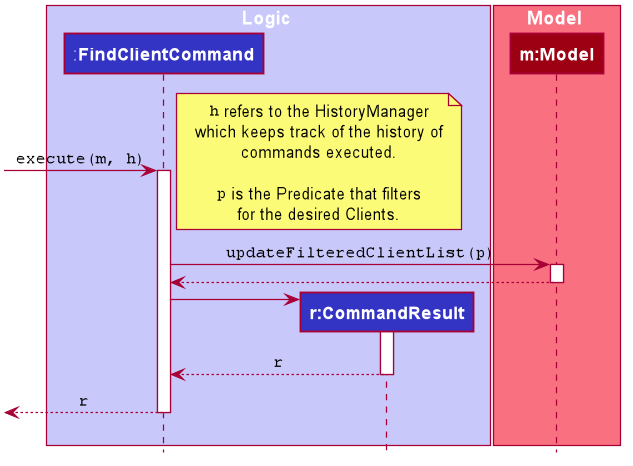
Earlier version of the PlantUML export docs/images/FindClientSequenceDiagram.png (yanlynnnnn/tp).
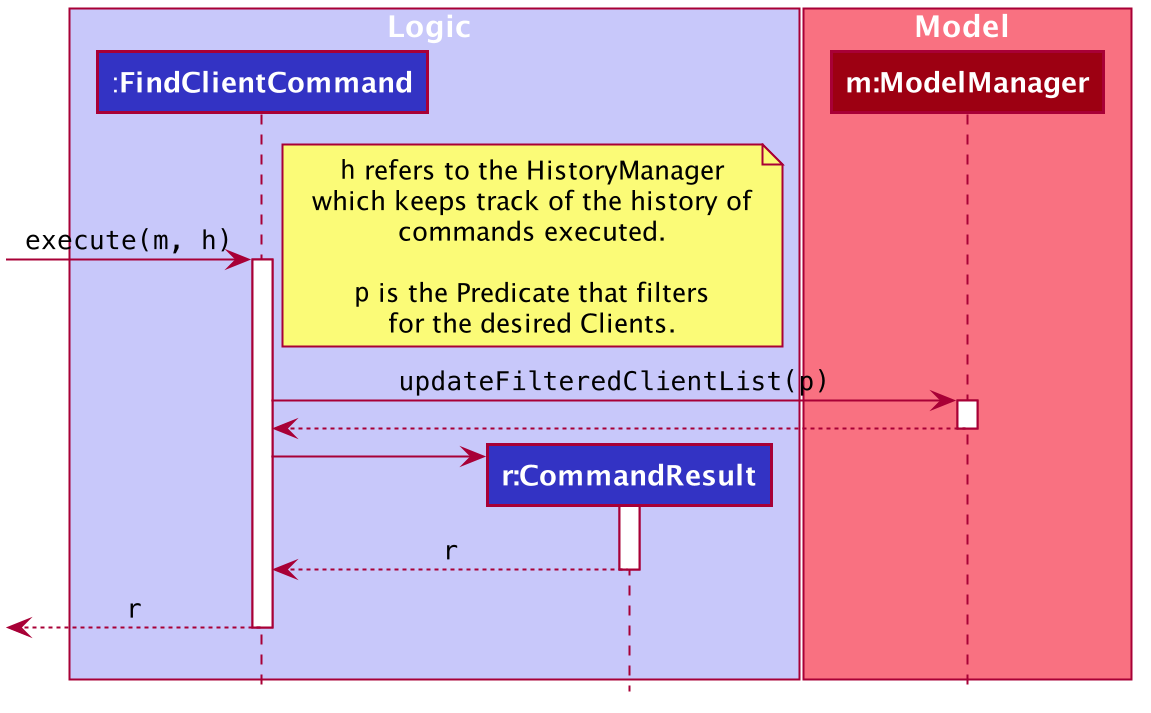
The same file after the commit.

Commit message:
Add delete client implemntation in DG

Diff of the diagram source:
```diff
@@ -56,7 +56,7 @@
 end box
 
 box Model #F97181
-participant "**m:Model**" as Model #9D0012
+participant "**m:ModelManager**" as ModelManager #9D0012
 end box
 
 [-> FindClientCommand : ""execute(m, h)""
@@ -71,11 +71,11 @@
 for the desired Clients.
 end note
 
-FindClientCommand -> Model : ""updateFilteredClientList(p)""
-activate Model
+FindClientCommand -> ModelManager : ""updateFilteredClientList(p)""
+activate ModelManager
 
-Model --> FindClientCommand
-deactivate Model
+ModelManager --> FindClientCommand
+deactivate ModelManager
 
 create CommandResult
 FindClientCommand -> CommandResult
```
